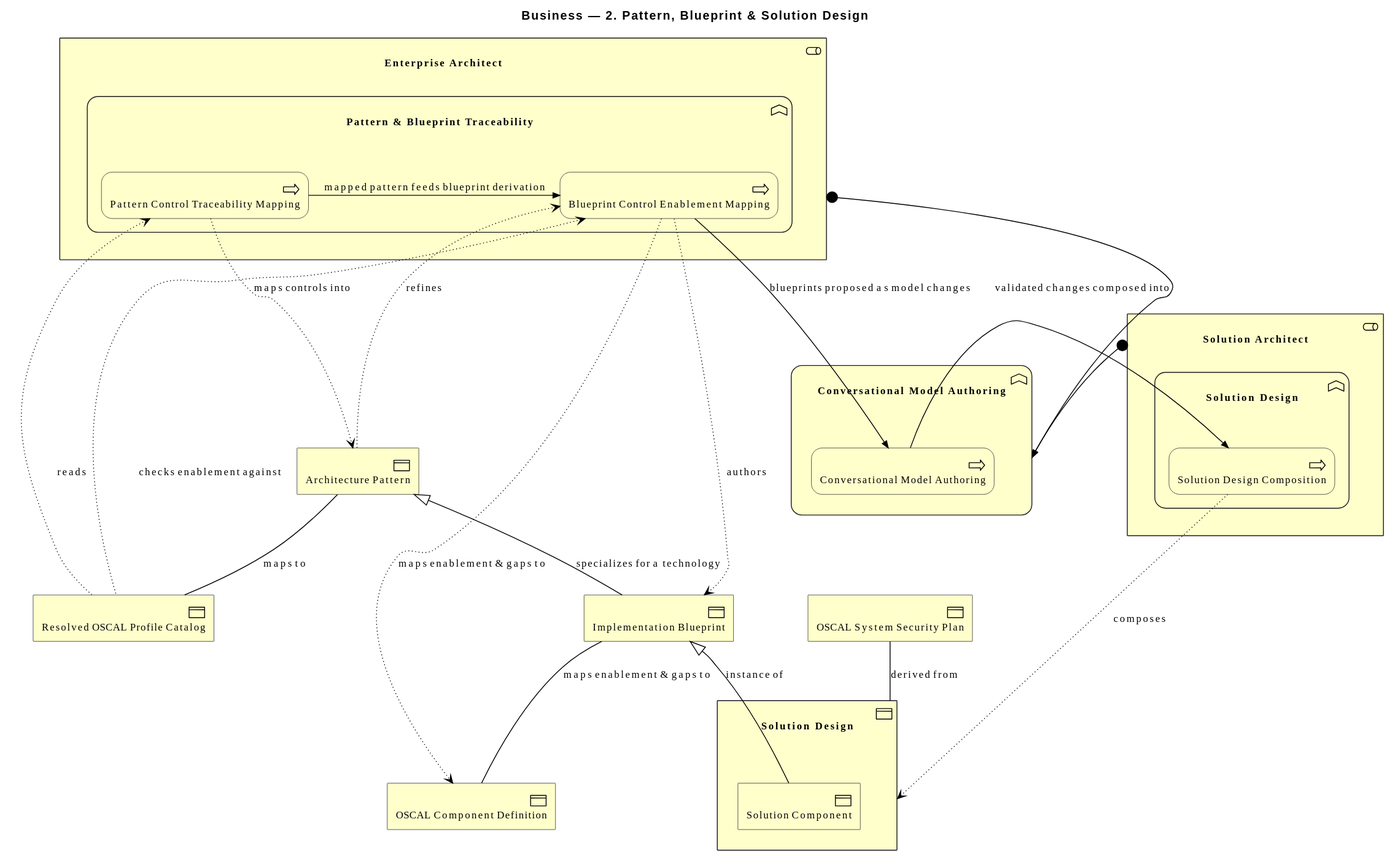
Above: architecture/model/diagrams/business/2-pattern-solution-design.svg in wolffy-au/frictionless-architect (PlantUML), before the change. Source of this version:
```plantuml
@startuml
!include <archimate/Archimate>

title Business — 2. Pattern, Blueprint & Solution Design

Business_Function(e_idd35dc0fbf5a554, "Conversational Model Authoring") {
  Business_Process(e_id5959dd7c3bbe59, "Conversational Model Authoring")
}
Business_Object(e_id2df79965778556, "Resolved OSCAL Profile Catalog")
Business_Object(e_idcd45bf9b5cfe51, "Architecture Pattern")
Business_Object(e_id41a01cbfc25b5a, "Implementation Blueprint")
Business_Object(e_id0bb22ba44cfa50, "OSCAL Component Definition")
Business_Object(e_id4b5ad5a2100656, "Solution Design") {
  Business_Object(e_id42defa6a190855, "Solution Component")
}
Business_Object(e_ide1231d147af05e, "OSCAL System Security Plan")
Business_Role(e_id2b5394f913985a, "Enterprise Architect") {
  Business_Function(e_id4b6cc961fa6750, "Pattern & Blueprint Traceability") {
    Business_Process(e_id65065ee24d3c54, "Pattern Control Traceability Mapping")
    Business_Process(e_id378927722a8d5a, "Blueprint Control Enablement Mapping")
  }
}
Business_Role(e_ide2cb7f3efa6256, "Solution Architect") {
  Business_Function(e_id86f3d2dd174754, "Solution Design") {
    Business_Process(e_id4991c823f6d55b, "Solution Design Composition")
  }
}

Rel_Access_r(e_id65065ee24d3c54, e_id2df79965778556, "reads")
Rel_Access_w(e_id65065ee24d3c54, e_idcd45bf9b5cfe51, "maps controls into")
Rel_Association(e_idcd45bf9b5cfe51, e_id2df79965778556, "maps to")
Rel_Specialization_Up(e_id41a01cbfc25b5a, e_idcd45bf9b5cfe51, "specializes for a technology")
Rel_Access_r(e_id378927722a8d5a, e_idcd45bf9b5cfe51, "refines")
Rel_Access_r(e_id378927722a8d5a, e_id2df79965778556, "checks enablement against")
Rel_Access_w(e_id378927722a8d5a, e_id41a01cbfc25b5a, "authors")
Rel_Access_w(e_id378927722a8d5a, e_id0bb22ba44cfa50, "maps enablement & gaps to")
Rel_Triggering_Right(e_id65065ee24d3c54, e_id378927722a8d5a, "mapped pattern feeds blueprint derivation")
Rel_Triggering_Right(e_id378927722a8d5a, e_id5959dd7c3bbe59, "blueprints proposed as model changes")
Rel_Triggering_Right(e_id5959dd7c3bbe59, e_id4991c823f6d55b, "validated changes composed into")
Rel_Association(e_id41a01cbfc25b5a, e_id0bb22ba44cfa50, "maps enablement & gaps to")
Rel_Specialization_Up(e_id42defa6a190855, e_id41a01cbfc25b5a, "instance of")
Rel_Association(e_ide1231d147af05e, e_id4b5ad5a2100656, "derived from")
Rel_Assignment(e_id2b5394f913985a, e_idd35dc0fbf5a554, "")
Rel_Assignment(e_ide2cb7f3efa6256, e_idd35dc0fbf5a554, "")
Rel_Access_w(e_id4991c823f6d55b, e_id4b5ad5a2100656, "composes")
@enduml
```
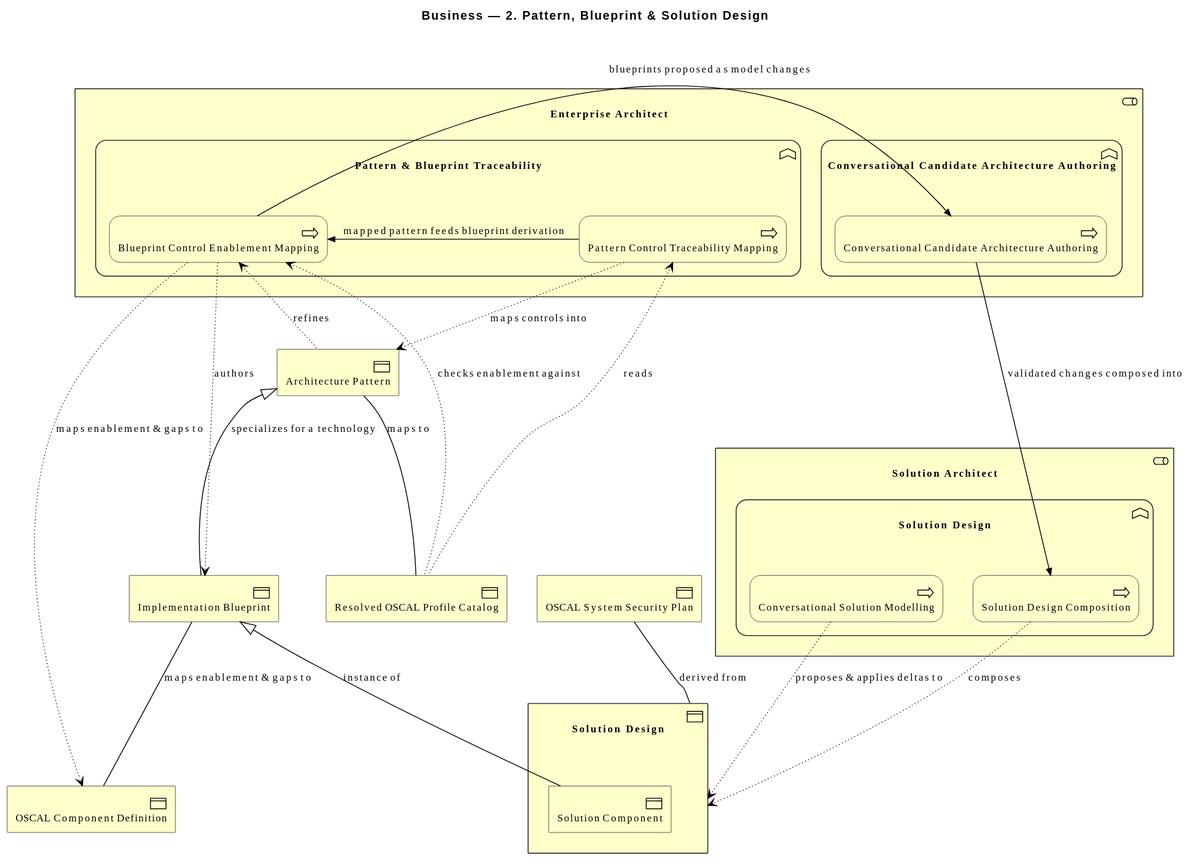
After the change.

What changed in the source:
```diff
@@ -3,9 +3,6 @@
 
 title Business — 2. Pattern, Blueprint & Solution Design
 
-Business_Function(e_idd35dc0fbf5a554, "Conversational Model Authoring") {
-  Business_Process(e_id5959dd7c3bbe59, "Conversational Model Authoring")
-}
 Business_Object(e_id2df79965778556, "Resolved OSCAL Profile Catalog")
 Business_Object(e_idcd45bf9b5cfe51, "Architecture Pattern")
 Business_Object(e_id41a01cbfc25b5a, "Implementation Blueprint")
@@ -19,10 +16,14 @@
     Business_Process(e_id65065ee24d3c54, "Pattern Control Traceability Mapping")
     Business_Process(e_id378927722a8d5a, "Blueprint Control Enablement Mapping")
   }
+  Business_Function(e_idd35dc0fbf5a554, "Conversational Candidate Architecture Authoring") {
+    Business_Process(e_id5959dd7c3bbe59, "Conversational Candidate Architecture Authoring")
+  }
 }
 Business_Role(e_ide2cb7f3efa6256, "Solution Architect") {
   Business_Function(e_id86f3d2dd174754, "Solution Design") {
     Business_Process(e_id4991c823f6d55b, "Solution Design Composition")
+    Business_Process(e_idb15bf3bc08d15d, "Conversational Solution Modelling")
   }
 }
 
@@ -40,7 +41,6 @@
 Rel_Association(e_id41a01cbfc25b5a, e_id0bb22ba44cfa50, "maps enablement & gaps to")
 Rel_Specialization_Up(e_id42defa6a190855, e_id41a01cbfc25b5a, "instance of")
 Rel_Association(e_ide1231d147af05e, e_id4b5ad5a2100656, "derived from")
-Rel_Assignment(e_id2b5394f913985a, e_idd35dc0fbf5a554, "")
-Rel_Assignment(e_ide2cb7f3efa6256, e_idd35dc0fbf5a554, "")
 Rel_Access_w(e_id4991c823f6d55b, e_id4b5ad5a2100656, "composes")
+Rel_Access_w(e_idb15bf3bc08d15d, e_id4b5ad5a2100656, "proposes & applies deltas to")
 @enduml
```
